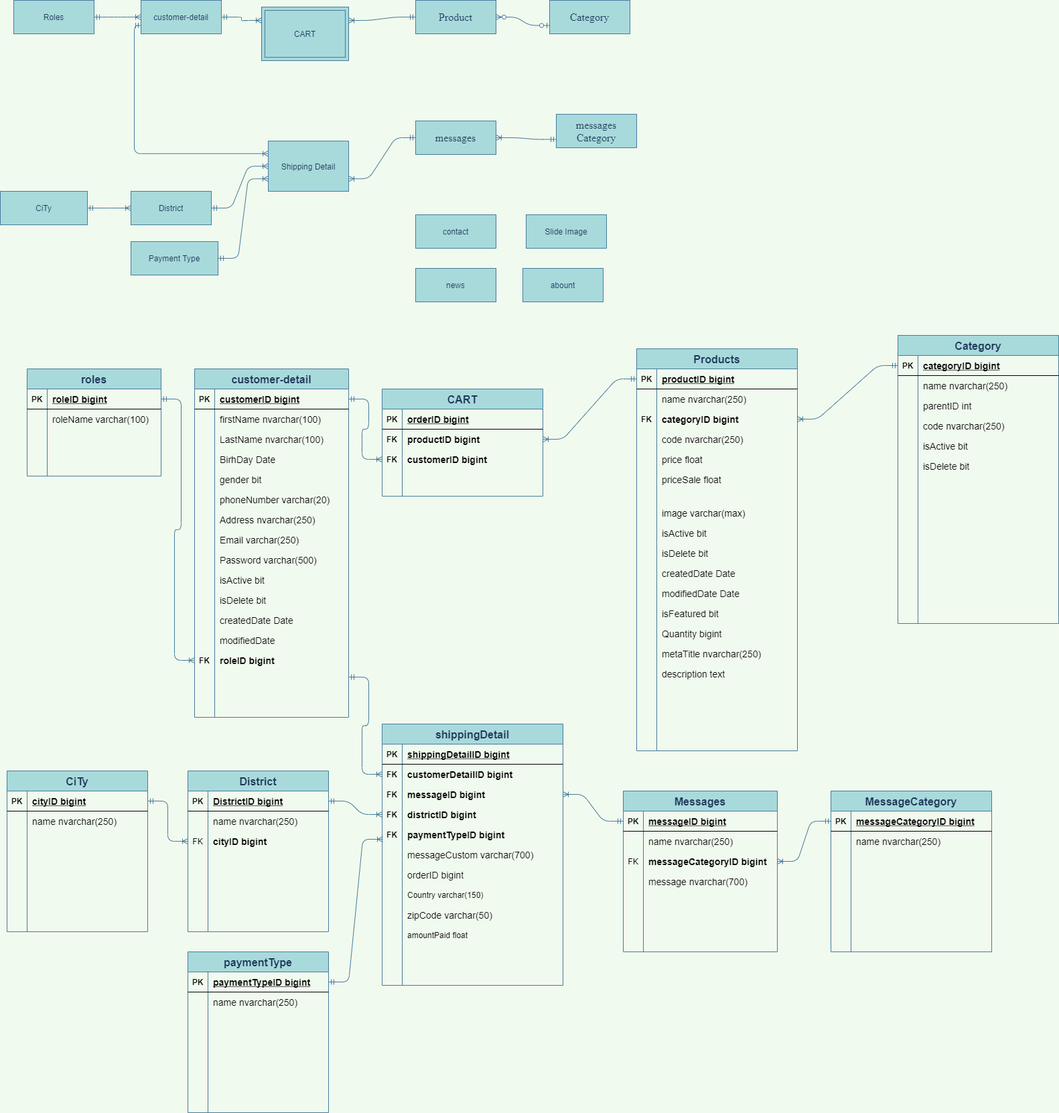
This is Untitled Diagram.png from maialino123/Eproject-SEM3, a draw.io export, as it was before one commit. Source tidied: cells renumbered, new cells last; positions are measured from the earlier drawing's top-left corner, leaving out a move shared by most shapes.
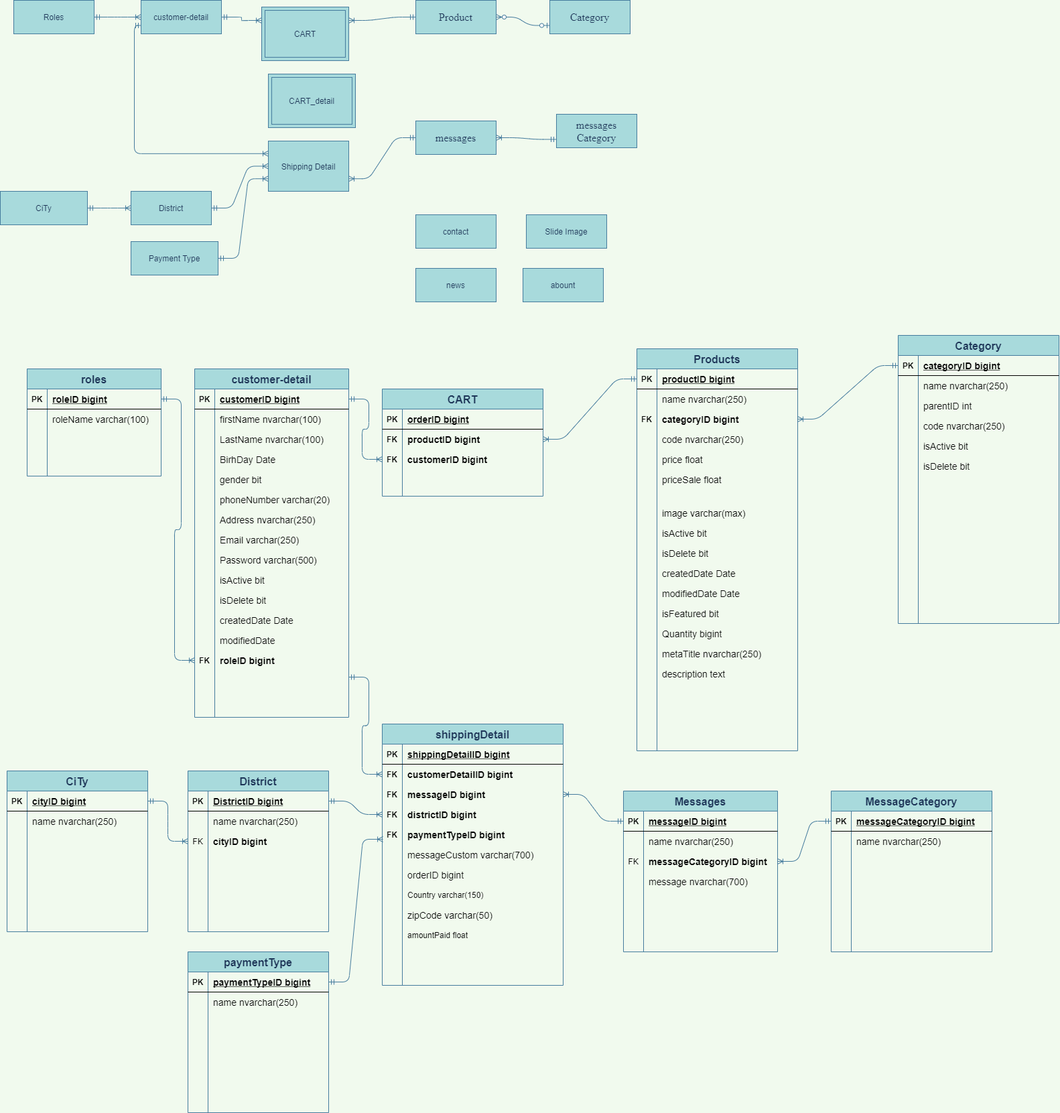
After the change.

Change to the diagram source:
```diff
@@ -967,5 +967,8 @@
     <mxCell id="322" style="edgeStyle=entityRelationEdgeStyle;fontSize=12;html=1;endArrow=ERoneToMany;startArrow=ERmandOne;fontColor=#1D3557;strokeColor=#457B9D;fillColor=#A8DADC;labelBackgroundColor=#F1FAEE;exitX=1;exitY=0.5;exitDx=0;exitDy=0;entryX=0.004;entryY=0.733;entryDx=0;entryDy=0;entryPerimeter=0;" parent="1" edge="1" source="301" target="183">
       <mxGeometry relative="1" as="geometry" />
     </mxCell>
+    <mxCell id="323" value="CART_detail" style="shape=ext;margin=3;double=1;whiteSpace=wrap;html=1;align=center;fillColor=#A8DADC;strokeColor=#457B9D;fontColor=#1D3557;" parent="1" vertex="1">
+      <mxGeometry x="400" y="110" width="130" height="80" as="geometry" />
+    </mxCell>
   </root>
 </mxGraphModel>
```
